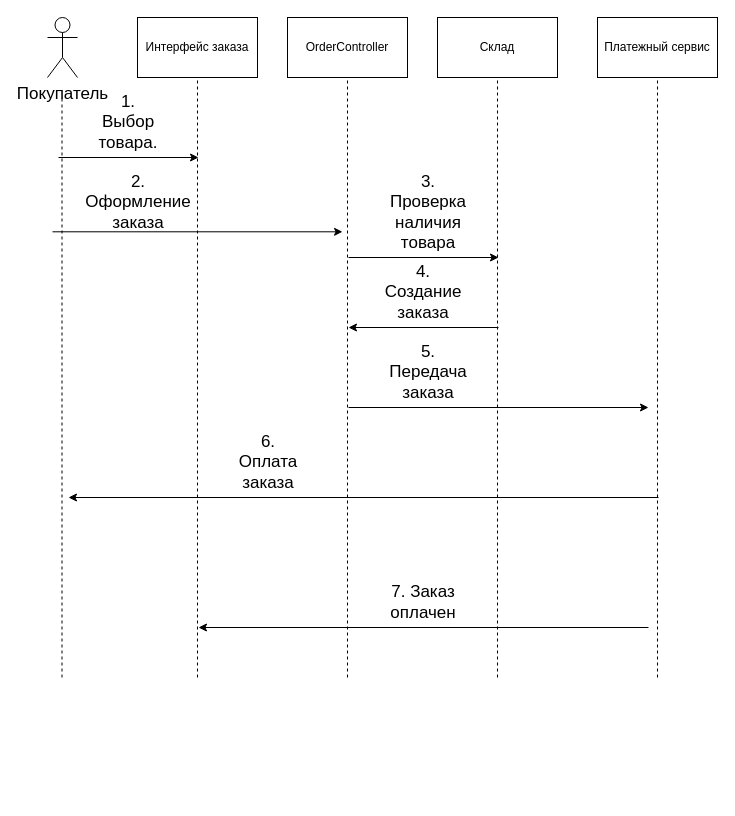
Above: UML-диаграмма.drawio in diaganz0709-ai/UML (draw.io), before the change. Source tidied: cells renumbered, new cells numbered last; positions are measured from the earlier drawing's top-left corner, leaving out a move shared by most shapes. Both pictures are drawn from the tidied source at 100%, with x=0, y=0 at pixel (47, 17).
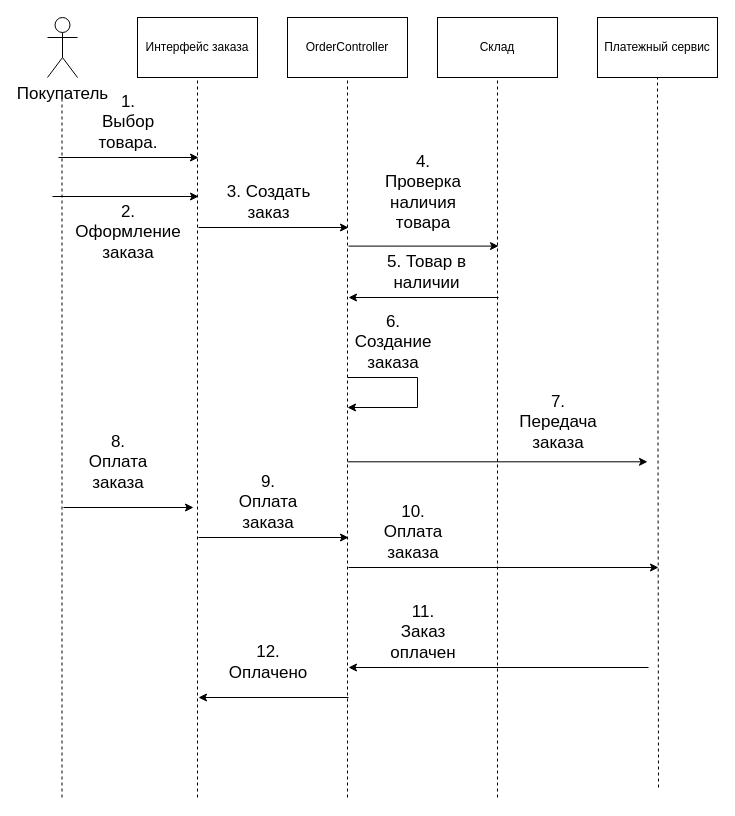
Above is the later version.

Unchanged cells that the change refers to:
```xml
<mxCell id="3" value="Интерфейс заказа" style="rounded=0;whiteSpace=wrap;html=1;" parent="1" vertex="1">
  <mxGeometry x="90" width="120" height="60" as="geometry" />
</mxCell>
<mxCell id="4" value="OrderController" style="rounded=0;whiteSpace=wrap;html=1;" parent="1" vertex="1">
  <mxGeometry x="240" width="120" height="60" as="geometry" />
</mxCell>
<mxCell id="5" value="Склад" style="rounded=0;whiteSpace=wrap;html=1;" parent="1" vertex="1">
  <mxGeometry x="390" width="120" height="60" as="geometry" />
</mxCell>
<mxCell id="6" value="Платежный сервис" style="rounded=0;whiteSpace=wrap;html=1;" parent="1" vertex="1">
  <mxGeometry x="550" width="120" height="60" as="geometry" />
</mxCell>
```

The edit, as a diff of the source:
```diff
@@
     <mxCell id="7" style="endArrow=none;dashed=1;html=1;rounded=0;" parent="1" edge="1">
       <mxGeometry relative="1" as="geometry">
-        <mxPoint x="14.5" y="660" as="sourcePoint" />
+        <mxPoint x="14.5" y="780" as="sourcePoint" />
         <mxPoint x="14.5" y="80" as="targetPoint" />
       </mxGeometry>
     </mxCell>
     <mxCell id="8" style="endArrow=none;dashed=1;html=1;rounded=0;entryX=0.5;entryY=1;entryDx=0;entryDy=0;" parent="1" edge="1" target="3">
       <mxGeometry relative="1" as="geometry">
-        <mxPoint x="150" y="660" as="sourcePoint" />
+        <mxPoint x="150" y="780" as="sourcePoint" />
       </mxGeometry>
     </mxCell>
     <mxCell id="9" style="endArrow=none;dashed=1;html=1;rounded=0;entryX=0.5;entryY=1;entryDx=0;entryDy=0;" parent="1" edge="1" target="4">
       <mxGeometry relative="1" as="geometry">
-        <mxPoint x="300" y="660" as="sourcePoint" />
+        <mxPoint x="300" y="780" as="sourcePoint" />
       </mxGeometry>
     </mxCell>
     <mxCell id="10" style="endArrow=none;dashed=1;html=1;rounded=0;entryX=0.5;entryY=1;entryDx=0;entryDy=0;" parent="1" edge="1" target="5">
       <mxGeometry relative="1" as="geometry">
-        <mxPoint x="450" y="660" as="sourcePoint" />
+        <mxPoint x="450" y="780" as="sourcePoint" />
       </mxGeometry>
     </mxCell>
     <mxCell id="11" style="endArrow=none;dashed=1;html=1;rounded=0;entryX=0.5;entryY=1;entryDx=0;entryDy=0;" parent="1" edge="1" target="6">
       <mxGeometry relative="1" as="geometry">
-        <mxPoint x="610" y="660" as="sourcePoint" />
+        <mxPoint x="611" y="770" as="sourcePoint" />
       </mxGeometry>
     </mxCell>
@@
     <mxCell id="14" style="endArrow=classic;html=1;rounded=0;" parent="1" edge="1">
       <mxGeometry relative="1" as="geometry">
-        <mxPoint x="5" y="214.3" as="sourcePoint" />
-        <mxPoint x="295" y="214.3" as="targetPoint" />
+        <mxPoint x="5" y="179" as="sourcePoint" />
+        <mxPoint x="151" y="179" as="targetPoint" />
       </mxGeometry>
     </mxCell>
     <mxCell id="15" value="2. Оформление заказа" style="text;html=1;whiteSpace=wrap;strokeColor=none;fillColor=none;align=center;verticalAlign=middle;rounded=0;fontSize=17;" parent="1" vertex="1">
-      <mxGeometry x="61" y="170" width="60" height="30" as="geometry" />
+      <mxGeometry x="51" y="200" width="60" height="30" as="geometry" />
     </mxCell>
     <mxCell id="16" style="endArrow=classic;html=1;rounded=0;fontSize=17;" parent="1" edge="1">
       <mxGeometry relative="1" as="geometry">
-        <mxPoint x="301" y="240" as="sourcePoint" />
-        <mxPoint x="451" y="240" as="targetPoint" />
+        <mxPoint x="301" y="228.6" as="sourcePoint" />
+        <mxPoint x="451" y="228.6" as="targetPoint" />
       </mxGeometry>
     </mxCell>
-    <mxCell id="17" value="3. Проверка наличия товара" style="text;html=1;whiteSpace=wrap;strokeColor=none;fillColor=none;align=center;verticalAlign=middle;rounded=0;fontSize=17;" parent="1" vertex="1">
-      <mxGeometry x="341" y="180" width="80" height="30" as="geometry" />
+    <mxCell id="17" value="4. Проверка наличия товара" style="text;html=1;whiteSpace=wrap;strokeColor=none;fillColor=none;align=center;verticalAlign=middle;rounded=0;fontSize=17;" parent="1" vertex="1">
+      <mxGeometry x="336" y="160" width="80" height="30" as="geometry" />
     </mxCell>
-    <mxCell id="18" style="endArrow=classic;html=1;rounded=0;fontSize=17;" parent="1" edge="1">
+    <mxCell id="18" style="endArrow=classic;html=1;rounded=0;fontSize=17;edgeStyle=orthogonalEdgeStyle;" parent="1" edge="1">
       <mxGeometry relative="1" as="geometry">
-        <mxPoint x="451" y="310" as="sourcePoint" />
-        <mxPoint x="301" y="310" as="targetPoint" />
+        <mxPoint x="300" y="360" as="sourcePoint" />
+        <mxPoint x="300" y="390" as="targetPoint" />
+        <Array as="points">
+          <mxPoint x="370" y="390" />
+        </Array>
       </mxGeometry>
     </mxCell>
-    <mxCell id="19" value="4. Создание заказа" style="text;html=1;whiteSpace=wrap;strokeColor=none;fillColor=none;align=center;verticalAlign=middle;rounded=0;fontSize=17;" parent="1" vertex="1">
-      <mxGeometry x="341" y="260" width="70" height="30" as="geometry" />
+    <mxCell id="19" value="6. Создание заказа" style="text;html=1;whiteSpace=wrap;strokeColor=none;fillColor=none;align=center;verticalAlign=middle;rounded=0;fontSize=17;" parent="1" vertex="1">
+      <mxGeometry x="311" y="310" width="70" height="30" as="geometry" />
     </mxCell>
     <mxCell id="20" style="endArrow=classic;html=1;rounded=0;" parent="1" edge="1">
       <mxGeometry relative="1" as="geometry">
-        <mxPoint x="301" y="390" as="sourcePoint" />
-        <mxPoint x="601" y="390" as="targetPoint" />
+        <mxPoint x="300" y="444.3" as="sourcePoint" />
+        <mxPoint x="600" y="444.3" as="targetPoint" />
       </mxGeometry>
     </mxCell>
-    <mxCell id="21" value="5. Передача заказа" style="text;html=1;whiteSpace=wrap;strokeColor=none;fillColor=none;align=center;verticalAlign=middle;rounded=0;fontSize=17;" parent="1" vertex="1">
-      <mxGeometry x="351" y="340" width="60" height="30" as="geometry" />
+    <mxCell id="21" value="7. Передача заказа" style="text;html=1;whiteSpace=wrap;strokeColor=none;fillColor=none;align=center;verticalAlign=middle;rounded=0;fontSize=17;" parent="1" vertex="1">
+      <mxGeometry x="481" y="390" width="60" height="30" as="geometry" />
     </mxCell>
-    <mxCell id="22" style="endArrow=classic;html=1;rounded=0;" parent="1" edge="1">
-      <mxGeometry relative="1" as="geometry">
-        <mxPoint x="611" y="480" as="sourcePoint" />
-        <mxPoint x="21" y="480" as="targetPoint" />
-      </mxGeometry>
-    </mxCell>
-    <mxCell id="23" value="6. Оплата заказа" style="text;html=1;whiteSpace=wrap;strokeColor=none;fillColor=none;align=center;verticalAlign=middle;rounded=0;fontSize=17;" parent="1" vertex="1">
-      <mxGeometry x="191" y="430" width="60" height="30" as="geometry" />
+    <mxCell id="23" value="8. Оплата заказа" style="text;html=1;whiteSpace=wrap;strokeColor=none;fillColor=none;align=center;verticalAlign=middle;rounded=0;fontSize=17;" parent="1" vertex="1">
+      <mxGeometry x="41" y="430" width="60" height="30" as="geometry" />
     </mxCell>
     <mxCell id="24" style="endArrow=classic;html=1;rounded=0;" parent="1" edge="1">
       <mxGeometry relative="1" as="geometry">
-        <mxPoint x="601" y="610" as="sourcePoint" />
-        <mxPoint x="151" y="610" as="targetPoint" />
+        <mxPoint x="601" y="650" as="sourcePoint" />
+        <mxPoint x="301" y="650" as="targetPoint" />
       </mxGeometry>
     </mxCell>
-    <mxCell id="25" value="&lt;font style=&quot;font-size: 17px;&quot;&gt;7. Заказ оплачен&lt;/font&gt;" style="text;html=1;whiteSpace=wrap;strokeColor=none;fillColor=none;align=center;verticalAlign=middle;rounded=0;" parent="1" vertex="1">
-      <mxGeometry x="346" y="570" width="60" height="30" as="geometry" />
+    <mxCell id="25" value="&lt;font style=&quot;font-size: 17px;&quot;&gt;11. Заказ оплачен&lt;/font&gt;" style="text;html=1;whiteSpace=wrap;strokeColor=none;fillColor=none;align=center;verticalAlign=middle;rounded=0;" parent="1" vertex="1">
+      <mxGeometry x="346" y="600" width="60" height="30" as="geometry" />
     </mxCell>
+    <mxCell id="26" style="endArrow=classic;html=1;rounded=0;" parent="1" edge="1">
+      <mxGeometry relative="1" as="geometry">
+        <mxPoint x="451" y="280" as="sourcePoint" />
+        <mxPoint x="301" y="280" as="targetPoint" />
+      </mxGeometry>
+    </mxCell>
+    <mxCell id="27" value="&lt;font style=&quot;font-size: 17px;&quot;&gt;5. Товар в наличии&lt;/font&gt;" style="text;html=1;whiteSpace=wrap;strokeColor=none;fillColor=none;align=center;verticalAlign=middle;rounded=0;" parent="1" vertex="1">
+      <mxGeometry x="335" y="240" width="89" height="30" as="geometry" />
+    </mxCell>
+    <mxCell id="28" style="endArrow=classic;html=1;rounded=0;" parent="1" edge="1">
+      <mxGeometry relative="1" as="geometry">
+        <mxPoint x="151" y="210" as="sourcePoint" />
+        <mxPoint x="301" y="210" as="targetPoint" />
+      </mxGeometry>
+    </mxCell>
+    <mxCell id="29" value="&lt;font style=&quot;font-size: 17px;&quot;&gt;3. Создать заказ&lt;/font&gt;" style="text;html=1;whiteSpace=wrap;strokeColor=none;fillColor=none;align=center;verticalAlign=middle;rounded=0;" parent="1" vertex="1">
+      <mxGeometry x="176.5" y="170" width="89" height="30" as="geometry" />
+    </mxCell>
+    <mxCell id="30" style="endArrow=classic;html=1;rounded=0;" parent="1" edge="1">
+      <mxGeometry relative="1" as="geometry">
+        <mxPoint x="16" y="490" as="sourcePoint" />
+        <mxPoint x="146" y="490" as="targetPoint" />
+      </mxGeometry>
+    </mxCell>
+    <mxCell id="31" style="endArrow=classic;html=1;rounded=0;" parent="1" edge="1">
+      <mxGeometry relative="1" as="geometry">
+        <mxPoint x="151" y="520" as="sourcePoint" />
+        <mxPoint x="301" y="520" as="targetPoint" />
+      </mxGeometry>
+    </mxCell>
+    <mxCell id="32" style="endArrow=classic;html=1;rounded=0;" parent="1" edge="1">
+      <mxGeometry relative="1" as="geometry">
+        <mxPoint x="301" y="550" as="sourcePoint" />
+        <mxPoint x="611" y="550" as="targetPoint" />
+      </mxGeometry>
+    </mxCell>
+    <mxCell id="33" value="&lt;font style=&quot;font-size: 17px;&quot;&gt;9. Оплата заказа&lt;/font&gt;" style="text;html=1;whiteSpace=wrap;strokeColor=none;fillColor=none;align=center;verticalAlign=middle;rounded=0;" parent="1" vertex="1">
+      <mxGeometry x="191" y="470" width="60" height="30" as="geometry" />
+    </mxCell>
+    <mxCell id="34" value="&lt;font style=&quot;font-size: 17px;&quot;&gt;10. Оплата заказа&lt;/font&gt;" style="text;html=1;whiteSpace=wrap;strokeColor=none;fillColor=none;align=center;verticalAlign=middle;rounded=0;" parent="1" vertex="1">
+      <mxGeometry x="326" y="500" width="80" height="30" as="geometry" />
+    </mxCell>
+    <mxCell id="35" style="edgeStyle=none;orthogonalLoop=1;jettySize=auto;html=1;rounded=0;" parent="1" edge="1">
+      <mxGeometry relative="1" as="geometry">
+        <mxPoint x="301" y="680" as="sourcePoint" />
+        <mxPoint x="151" y="680" as="targetPoint" />
+      </mxGeometry>
+    </mxCell>
+    <mxCell id="36" value="&lt;font style=&quot;font-size: 17px;&quot;&gt;12. Оплачено&lt;/font&gt;" style="text;html=1;whiteSpace=wrap;strokeColor=none;fillColor=none;align=center;verticalAlign=middle;rounded=0;" parent="1" vertex="1">
+      <mxGeometry x="191" y="630" width="60" height="30" as="geometry" />
+    </mxCell>
```
